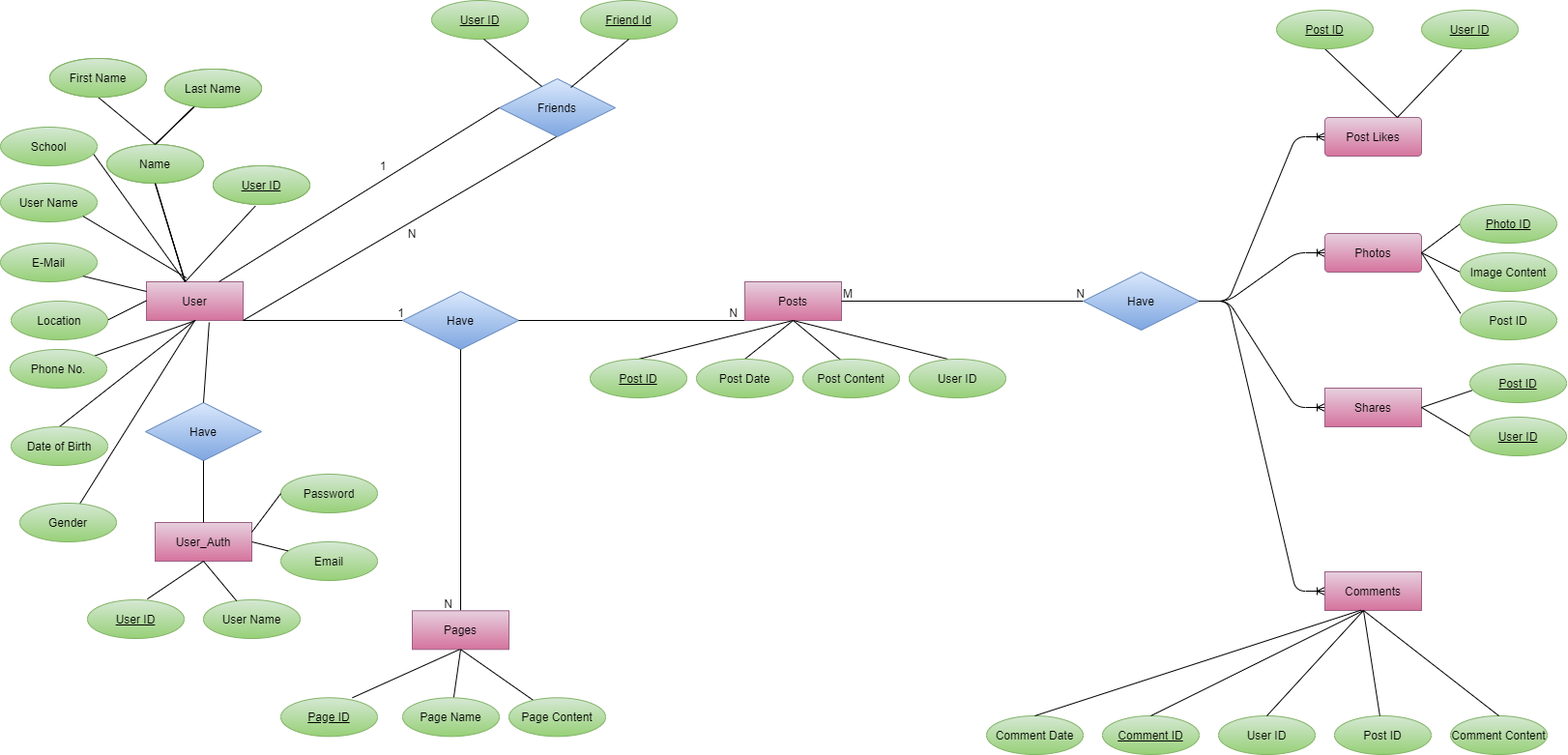
The draw.io diagram ER Diagram/Social Media Database Management System.drawio.png in Abhishek4848/SocialMedia-Database-Management-System, before a commit. Source tidied: cells renumbered, new cells last; positions are measured from the earlier drawing's top-left corner, leaving out a move shared by most shapes.
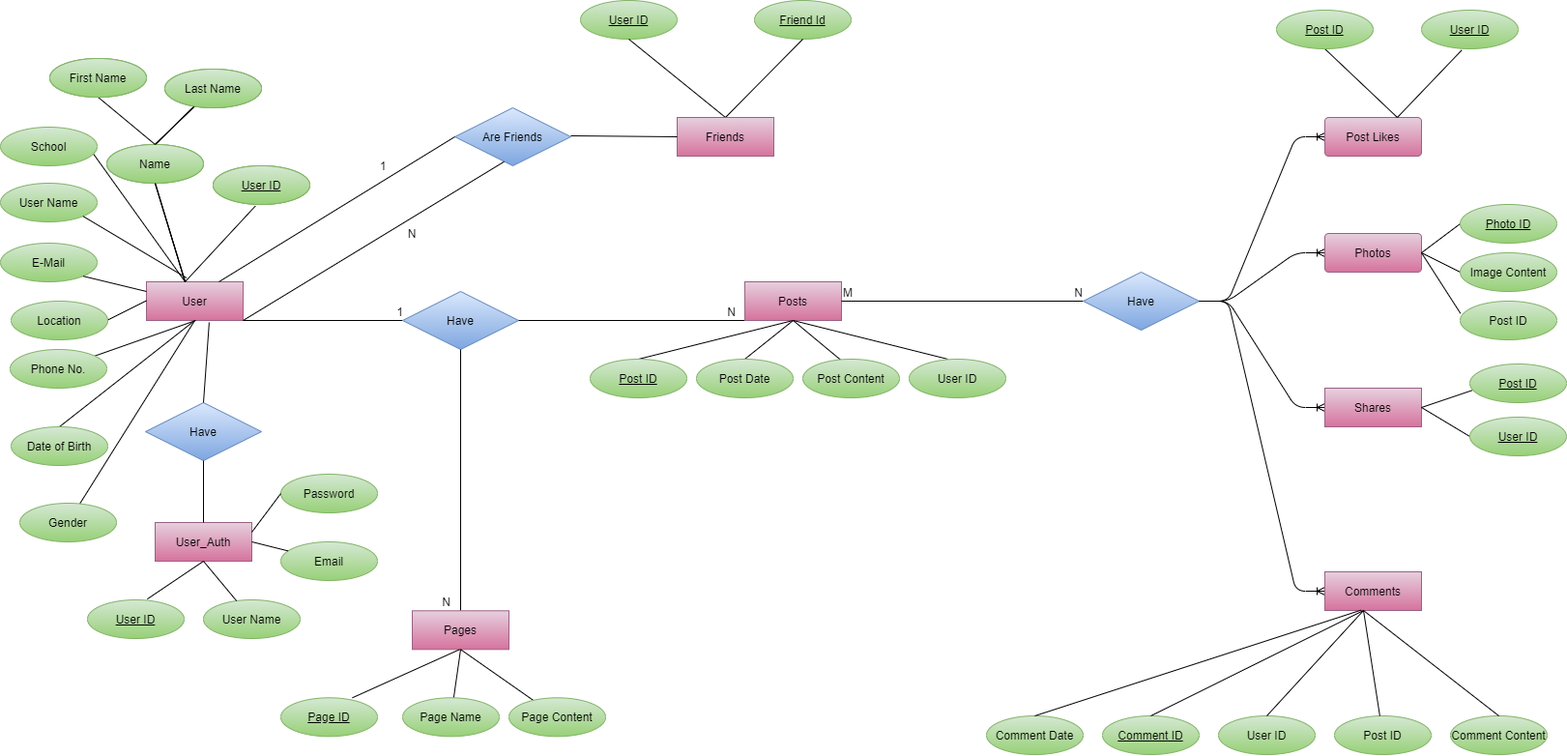
After the change.

What changed in the source:
```diff
@@ -272,8 +272,8 @@
     <mxCell id="73" value="Comment Date" style="ellipse;whiteSpace=wrap;html=1;align=center;gradientColor=#97d077;fillColor=#d5e8d4;strokeColor=#82b366;" parent="1" vertex="1">
       <mxGeometry x="1020" y="740" width="100" height="40" as="geometry" />
     </mxCell>
-    <mxCell id="74" value="Friends" style="shape=rhombus;perimeter=rhombusPerimeter;whiteSpace=wrap;html=1;align=center;fillColor=#dae8fc;strokeColor=#6c8ebf;gradientColor=#7ea6e0;" parent="1" vertex="1">
-      <mxGeometry x="516" y="81" width="120" height="60" as="geometry" />
+    <mxCell id="74" value="Are Friends" style="shape=rhombus;perimeter=rhombusPerimeter;whiteSpace=wrap;html=1;align=center;fillColor=#dae8fc;strokeColor=#6c8ebf;gradientColor=#7ea6e0;" parent="1" vertex="1">
+      <mxGeometry x="470" y="111" width="120" height="60" as="geometry" />
     </mxCell>
     <mxCell id="75" value="User ID" style="ellipse;whiteSpace=wrap;html=1;align=center;fontStyle=4;fillColor=#d5e8d4;strokeColor=#82b366;gradientColor=#97d077;" parent="1" vertex="1">
       <mxGeometry x="220" y="171" width="100" height="40" as="geometry" />
@@ -326,10 +326,8 @@
     <mxCell id="89" style="endArrow=none;html=1;entryX=0;entryY=0.5;entryDx=0;entryDy=0;exitX=0.75;exitY=0;exitDx=0;exitDy=0;" parent="1" edge="1" source="2" target="74">
       <mxGeometry relative="1" as="geometry" />
     </mxCell>
-    <mxCell id="90" style="endArrow=none;html=1;entryX=0;entryY=0.5;entryDx=0;entryDy=0;exitX=1;exitY=1;exitDx=0;exitDy=0;" parent="1" edge="1" source="2">
-      <mxGeometry relative="1" as="geometry">
-        <mxPoint x="575" y="141" as="targetPoint" />
-      </mxGeometry>
+    <mxCell id="90" style="endArrow=none;html=1;entryX=0.425;entryY=0.929;entryDx=0;entryDy=0;exitX=1;exitY=1;exitDx=0;exitDy=0;entryPerimeter=0;" parent="1" edge="1" source="2" target="74">
+      <mxGeometry relative="1" as="geometry" />
     </mxCell>
     <mxCell id="91" value="1" style="text;html=1;strokeColor=none;fillColor=none;align=center;verticalAlign=middle;whiteSpace=wrap;rounded=0;" parent="1" vertex="1">
       <mxGeometry x="376" y="161" width="40" height="20" as="geometry" />
@@ -338,21 +336,18 @@
       <mxGeometry x="406" y="231" width="40" height="20" as="geometry" />
     </mxCell>
     <mxCell id="93" value="User ID" style="ellipse;whiteSpace=wrap;html=1;align=center;fontStyle=4;fillColor=#d5e8d4;strokeColor=#82b366;gradientColor=#97d077;" parent="1" vertex="1">
-      <mxGeometry x="446" width="100" height="40" as="geometry" />
+      <mxGeometry x="600" width="100" height="40" as="geometry" />
     </mxCell>
     <mxCell id="94" value="Friend Id" style="ellipse;whiteSpace=wrap;html=1;align=center;fontStyle=4;fillColor=#d5e8d4;strokeColor=#82b366;gradientColor=#97d077;" parent="1" vertex="1">
-      <mxGeometry x="600" width="100" height="40" as="geometry" />
+      <mxGeometry x="780" width="100" height="40" as="geometry" />
     </mxCell>
-    <mxCell id="95" style="endArrow=none;html=1;" parent="1" edge="1">
+    <mxCell id="95" style="endArrow=none;html=1;exitX=0.5;exitY=0;exitDx=0;exitDy=0;" parent="1" edge="1" source="117">
       <mxGeometry relative="1" as="geometry">
-        <mxPoint x="590" y="90" as="sourcePoint" />
-        <mxPoint x="650" y="40" as="targetPoint" />
+        <mxPoint x="830" y="40" as="targetPoint" />
       </mxGeometry>
     </mxCell>
-    <mxCell id="96" style="endArrow=none;html=1;entryX=0.367;entryY=0.133;entryDx=0;entryDy=0;entryPerimeter=0;" parent="1" edge="1" target="74">
-      <mxGeometry relative="1" as="geometry">
-        <mxPoint x="500" y="40" as="sourcePoint" />
-      </mxGeometry>
+    <mxCell id="96" style="endArrow=none;html=1;entryX=0.5;entryY=0;entryDx=0;entryDy=0;exitX=0.5;exitY=1;exitDx=0;exitDy=0;" parent="1" edge="1" source="93" target="117">
+      <mxGeometry relative="1" as="geometry" />
     </mxCell>
     <mxCell id="97" style="endArrow=none;html=1;exitX=0.5;exitY=0;exitDx=0;exitDy=0;entryX=0.376;entryY=0.99;entryDx=0;entryDy=0;entryPerimeter=0;" parent="1" edge="1" source="73" target="68">
       <mxGeometry relative="1" as="geometry" />
@@ -422,5 +417,13 @@
     <mxCell id="116" style="endArrow=none;html=1;exitX=1;exitY=0.25;exitDx=0;exitDy=0;strokeColor=default;entryX=0;entryY=0.5;entryDx=0;entryDy=0;" parent="1" edge="1" source="105" target="108">
       <mxGeometry relative="1" as="geometry" />
     </mxCell>
+    <mxCell id="117" value="Friends" style="whiteSpace=wrap;html=1;align=center;fillColor=#e6d0de;strokeColor=#996185;gradientColor=#d5739d;" parent="1" vertex="1">
+      <mxGeometry x="700" y="121" width="100" height="40" as="geometry" />
+    </mxCell>
+    <mxCell id="118" style="endArrow=none;html=1;strokeColor=default;entryX=0;entryY=0.5;entryDx=0;entryDy=0;" parent="1" edge="1" target="117">
+      <mxGeometry relative="1" as="geometry">
+        <mxPoint x="590" y="140" as="sourcePoint" />
+      </mxGeometry>
+    </mxCell>
   </root>
 </mxGraphModel>
```
